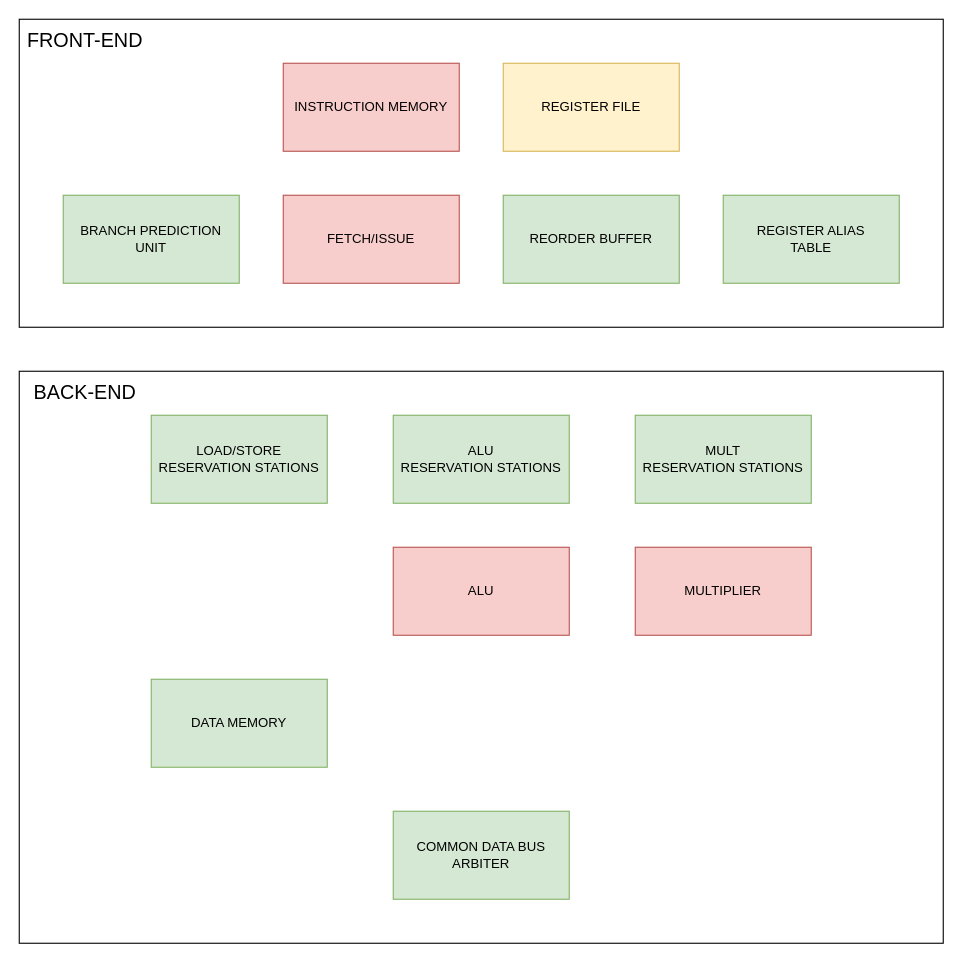
lorenzobadas/DLX keeps this draw.io diagram as docs/dlx_wip_tracker.drawio. Above is the earlier version. Source tidied: cells renumbered, new cells numbered last; positions are measured from the earlier drawing's top-left corner, leaving out a move shared by most shapes. Both pictures are drawn from the tidied source at 110%, with x=0, y=0 at pixel (19, 19).
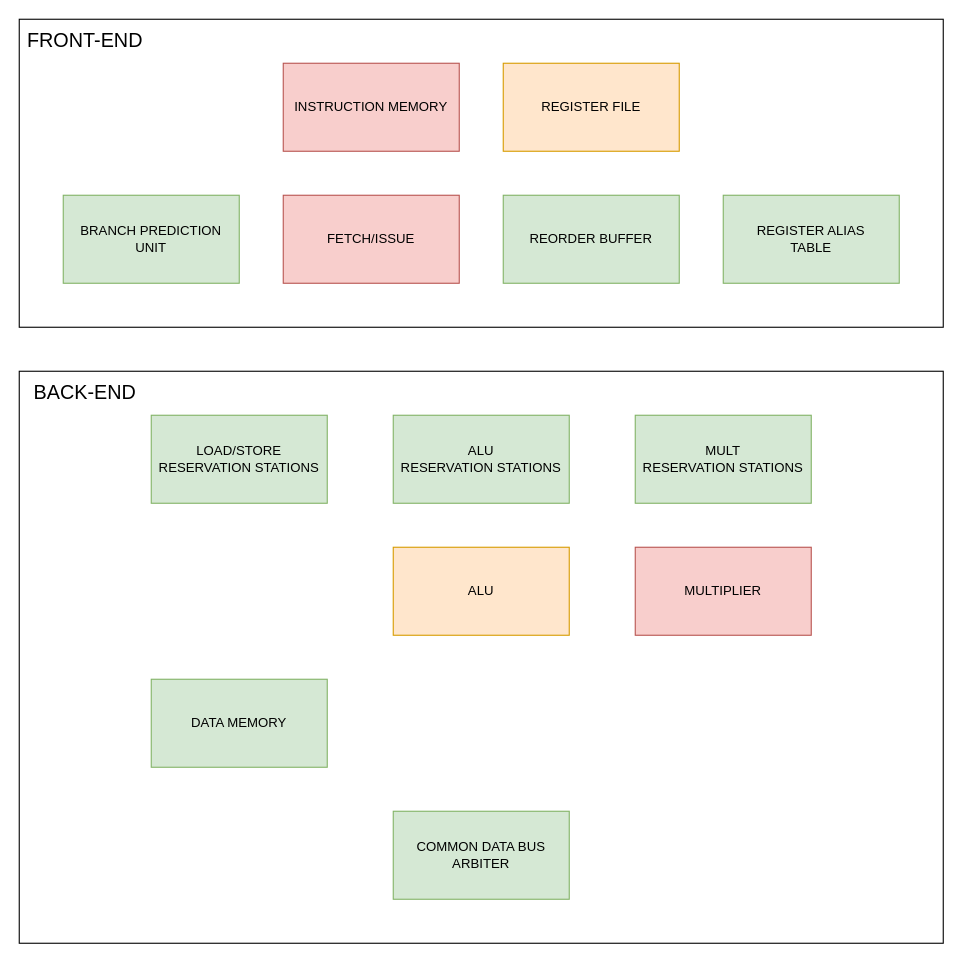
The same page after the edit.

Diff of the diagram source:
```diff
@@
 <mxGraphModel>
   <root>
     <mxCell id="0" />
     <mxCell id="1" parent="0" />
     <mxCell id="2" style="rounded=0;whiteSpace=wrap;html=1;fillColor=none;align=left;" parent="1" vertex="1">
       <mxGeometry width="840" height="280" as="geometry" />
     </mxCell>
     <mxCell id="3" style="rounded=0;whiteSpace=wrap;html=1;fillColor=none;" parent="1" vertex="1">
       <mxGeometry y="320" width="840" height="520" as="geometry" />
     </mxCell>
     <mxCell id="4" value="FETCH/ISSUE" style="rounded=0;whiteSpace=wrap;html=1;fillColor=#f8cecc;strokeColor=#b85450;" parent="1" vertex="1">
       <mxGeometry x="240" y="160" width="160" height="80" as="geometry" />
     </mxCell>
     <mxCell id="5" value="&lt;div&gt;ALU&lt;/div&gt;&lt;div&gt;RESERVATION STATIONS&lt;/div&gt;" style="rounded=0;whiteSpace=wrap;html=1;fillColor=#d5e8d4;strokeColor=#82b366;" parent="1" vertex="1">
       <mxGeometry x="340" y="360" width="160" height="80" as="geometry" />
     </mxCell>
     <mxCell id="6" value="LOAD/STORE RESERVATION STATIONS" style="rounded=0;whiteSpace=wrap;html=1;fillColor=#d5e8d4;strokeColor=#82b366;" parent="1" vertex="1">
       <mxGeometry x="120" y="360" width="160" height="80" as="geometry" />
     </mxCell>
     <mxCell id="7" value="MULT&lt;div&gt;RESERVATION STATIONS&lt;/div&gt;" style="rounded=0;whiteSpace=wrap;html=1;fillColor=#d5e8d4;strokeColor=#82b366;" parent="1" vertex="1">
       <mxGeometry x="560" y="360" width="160" height="80" as="geometry" />
     </mxCell>
     <mxCell id="8" value="BRANCH PREDICTION UNIT" style="rounded=0;whiteSpace=wrap;html=1;fillColor=#d5e8d4;strokeColor=#82b366;" parent="1" vertex="1">
       <mxGeometry x="40" y="160" width="160" height="80" as="geometry" />
     </mxCell>
     <mxCell id="9" value="REORDER BUFFER" style="rounded=0;whiteSpace=wrap;html=1;fillColor=#d5e8d4;strokeColor=#82b366;" parent="1" vertex="1">
       <mxGeometry x="440" y="160" width="160" height="80" as="geometry" />
     </mxCell>
-    <mxCell id="10" value="REGISTER FILE" style="rounded=0;whiteSpace=wrap;html=1;fillColor=#fff2cc;strokeColor=#d6b656;" parent="1" vertex="1">
+    <mxCell id="10" value="REGISTER FILE" style="rounded=0;whiteSpace=wrap;html=1;fillColor=#ffe6cc;strokeColor=#d79b00;" parent="1" vertex="1">
       <mxGeometry x="440" y="40" width="160" height="80" as="geometry" />
     </mxCell>
-    <mxCell id="11" value="ALU" style="rounded=0;whiteSpace=wrap;html=1;fillColor=#f8cecc;strokeColor=#b85450;" parent="1" vertex="1">
+    <mxCell id="11" value="ALU" style="rounded=0;whiteSpace=wrap;html=1;fillColor=#ffe6cc;strokeColor=#d79b00;" parent="1" vertex="1">
       <mxGeometry x="340" y="480" width="160" height="80" as="geometry" />
     </mxCell>
     <mxCell id="12" value="MULTIPLIER" style="rounded=0;whiteSpace=wrap;html=1;fillColor=#f8cecc;strokeColor=#b85450;" parent="1" vertex="1">
       <mxGeometry x="560" y="480" width="160" height="80" as="geometry" />
     </mxCell>
     <mxCell id="13" value="DATA MEMORY" style="rounded=0;whiteSpace=wrap;html=1;fillColor=#d5e8d4;strokeColor=#82b366;" parent="1" vertex="1">
       <mxGeometry x="120" y="600" width="160" height="80" as="geometry" />
     </mxCell>
     <mxCell id="14" value="INSTRUCTION MEMORY" style="rounded=0;whiteSpace=wrap;html=1;fillColor=#f8cecc;strokeColor=#b85450;" parent="1" vertex="1">
       <mxGeometry x="240" y="40" width="160" height="80" as="geometry" />
     </mxCell>
     <mxCell id="15" value="COMMON DATA BUS&lt;div&gt;ARBITER&lt;/div&gt;" style="rounded=0;whiteSpace=wrap;html=1;fillColor=#d5e8d4;strokeColor=#82b366;" parent="1" vertex="1">
       <mxGeometry x="340" y="720" width="160" height="80" as="geometry" />
     </mxCell>
     <mxCell id="16" value="&lt;font style=&quot;font-size: 18px;&quot;&gt;FRONT-END&lt;/font&gt;" style="text;html=1;align=center;verticalAlign=middle;whiteSpace=wrap;rounded=0;" parent="1" vertex="1">
       <mxGeometry width="120" height="40" as="geometry" />
     </mxCell>
     <mxCell id="17" value="&lt;font style=&quot;font-size: 18px;&quot;&gt;BACK-END&lt;/font&gt;" style="text;html=1;align=center;verticalAlign=middle;whiteSpace=wrap;rounded=0;" parent="1" vertex="1">
       <mxGeometry y="320" width="120" height="40" as="geometry" />
     </mxCell>
     <mxCell id="18" value="REGISTER ALIAS&lt;div&gt;TABLE&lt;/div&gt;" style="rounded=0;whiteSpace=wrap;html=1;fillColor=#d5e8d4;strokeColor=#82b366;" parent="1" vertex="1">
       <mxGeometry x="640" y="160" width="160" height="80" as="geometry" />
     </mxCell>
   </root>
 </mxGraphModel>
```
